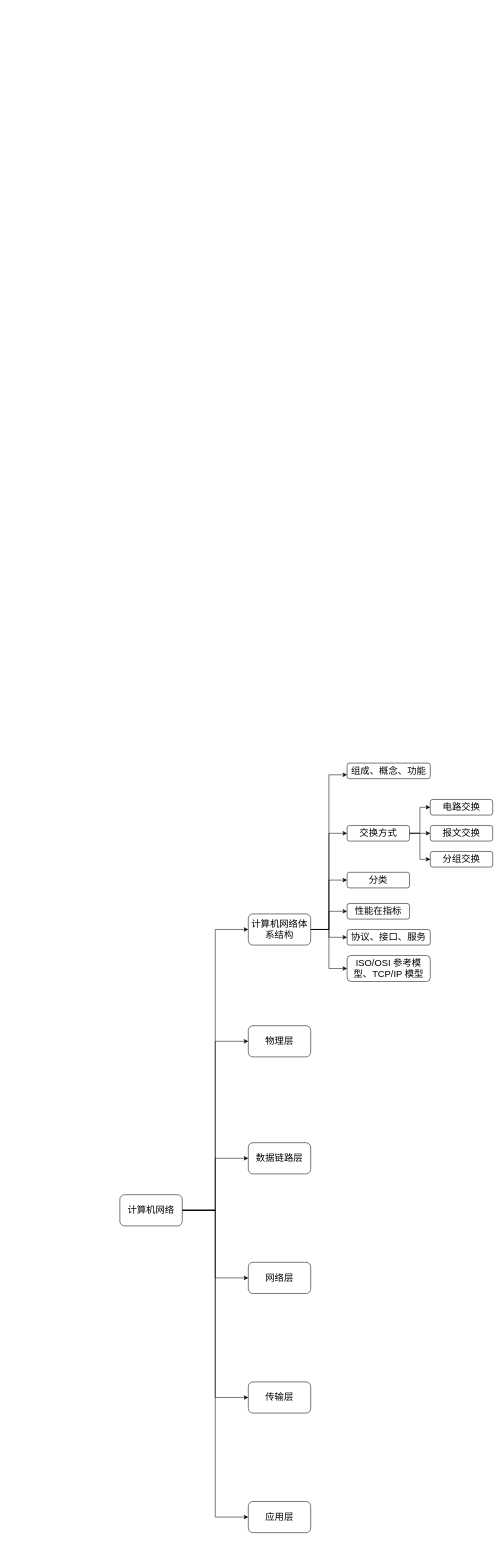
Before: 未命名绘图.drawio in Rookie-end/AndriodLearn, a draw.io diagram. Source tidied: cells renumbered, new cells numbered last; positions are measured from the earlier drawing's top-left corner, leaving out a move shared by most shapes. Both pictures are drawn from the tidied source at 52%, with x=0, y=0 at pixel (120, 763).
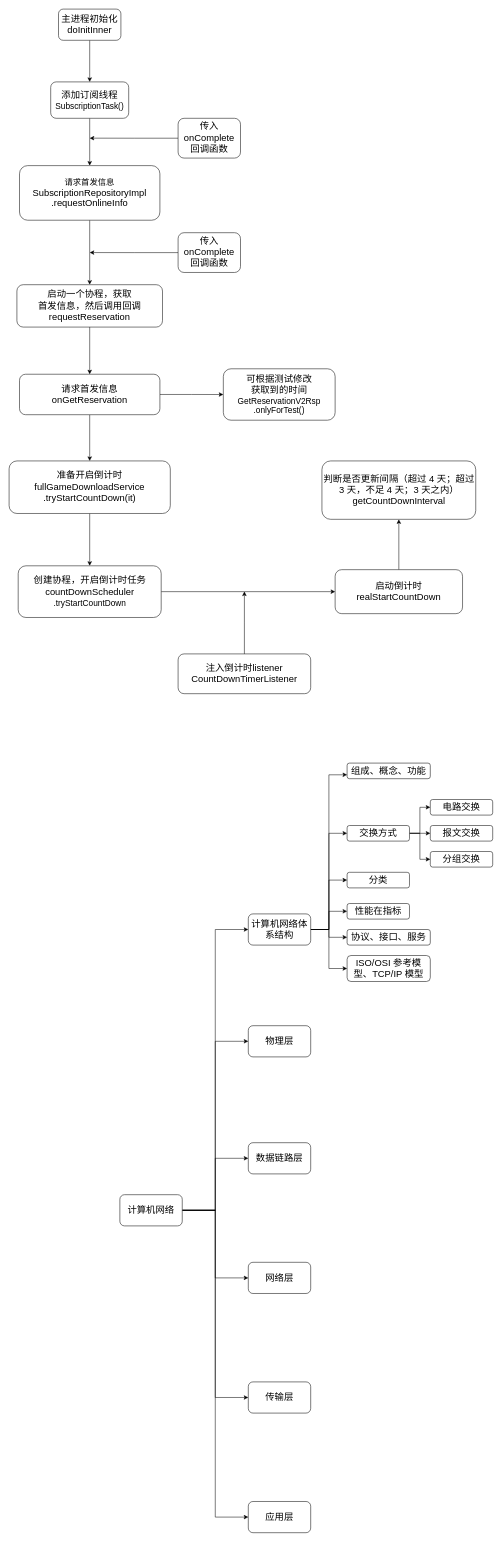
After the change.

Commit message:
更新 微端首发倒计时的梳理

The edit, as a diff of the source:
```diff
@@
+    <mxCell id="33" style="edgeStyle=orthogonalEdgeStyle;rounded=0;jettySize=auto;html=1;" parent="1" edge="1" source="34" target="36">
+      <mxGeometry relative="1" as="geometry" />
+    </mxCell>
+    <mxCell id="34" value="&lt;div&gt;&lt;span style=&quot;font-size: 18px;&quot;&gt;主进程初始化&lt;/span&gt;&lt;/div&gt;&lt;font style=&quot;font-size: 18px;&quot;&gt;doInitInner&lt;/font&gt;" style="rounded=1;whiteSpace=wrap;html=1;" parent="1" vertex="1">
+      <mxGeometry x="-118" y="-1450" width="120" height="60" as="geometry" />
+    </mxCell>
+    <mxCell id="35" style="edgeStyle=orthogonalEdgeStyle;rounded=0;jettySize=auto;html=1;" parent="1" edge="1" source="36" target="38">
+      <mxGeometry relative="1" as="geometry" />
+    </mxCell>
+    <mxCell id="36" value="&lt;div&gt;&lt;font style=&quot;font-size: 18px;&quot;&gt;添加订阅线程&lt;/font&gt;&lt;/div&gt;&lt;font size=&quot;3&quot;&gt;SubscriptionTask()&lt;/font&gt;" style="whiteSpace=wrap;html=1;rounded=1;" parent="1" vertex="1">
+      <mxGeometry x="-133" y="-1310" width="150" height="70" as="geometry" />
+    </mxCell>
+    <mxCell id="37" style="edgeStyle=orthogonalEdgeStyle;rounded=0;jettySize=auto;html=1;" parent="1" edge="1" source="38" target="42">
+      <mxGeometry relative="1" as="geometry" />
+    </mxCell>
+    <mxCell id="38" value="&lt;div&gt;&lt;font size=&quot;3&quot;&gt;请求首发信息&lt;/font&gt;&lt;/div&gt;&lt;font style=&quot;font-size: 18px;&quot;&gt;SubscriptionRepositoryImpl&lt;/font&gt;&lt;div&gt;&lt;font style=&quot;font-size: 18px;&quot;&gt;.requestOnlineInfo&lt;/font&gt;&lt;/div&gt;" style="whiteSpace=wrap;html=1;rounded=1;" parent="1" vertex="1">
+      <mxGeometry x="-193" y="-1149" width="270" height="105" as="geometry" />
+    </mxCell>
+    <mxCell id="39" style="edgeStyle=orthogonalEdgeStyle;rounded=0;jettySize=auto;html=1;" parent="1" edge="1" source="40">
+      <mxGeometry relative="1" as="geometry">
+        <mxPoint x="-58" y="-1201.8" as="targetPoint" />
+      </mxGeometry>
+    </mxCell>
+    <mxCell id="40" value="&lt;font style=&quot;font-size: 18px;&quot;&gt;传入 onComplete 回调函数&lt;/font&gt;" style="whiteSpace=wrap;html=1;rounded=1;" parent="1" vertex="1">
+      <mxGeometry x="112" y="-1240" width="120" height="76.5" as="geometry" />
+    </mxCell>
+    <mxCell id="41" style="edgeStyle=orthogonalEdgeStyle;rounded=0;jettySize=auto;html=1;" parent="1" edge="1" source="42" target="47">
+      <mxGeometry relative="1" as="geometry" />
+    </mxCell>
+    <mxCell id="42" value="&lt;div&gt;&lt;font style=&quot;font-size: 18px;&quot;&gt;启动一个协程，获取&lt;/font&gt;&lt;/div&gt;&lt;div&gt;&lt;span style=&quot;font-size: 18px;&quot;&gt;首发信息，然后调用回调&lt;/span&gt;&lt;/div&gt;&lt;font style=&quot;font-size: 18px;&quot;&gt;requestReservation&lt;/font&gt;" style="whiteSpace=wrap;html=1;rounded=1;" parent="1" vertex="1">
+      <mxGeometry x="-198" y="-920" width="280" height="81.5" as="geometry" />
+    </mxCell>
+    <mxCell id="43" style="edgeStyle=orthogonalEdgeStyle;rounded=0;jettySize=auto;html=1;" parent="1" edge="1" source="44">
+      <mxGeometry relative="1" as="geometry">
+        <mxPoint x="-58" y="-981.8" as="targetPoint" />
+      </mxGeometry>
+    </mxCell>
+    <mxCell id="44" value="&lt;font style=&quot;font-size: 18px;&quot;&gt;传入 onComplete 回调函数&lt;/font&gt;" style="whiteSpace=wrap;html=1;rounded=1;" parent="1" vertex="1">
+      <mxGeometry x="112" y="-1020" width="120" height="76.5" as="geometry" />
+    </mxCell>
+    <mxCell id="45" style="edgeStyle=orthogonalEdgeStyle;rounded=0;jettySize=auto;html=1;" parent="1" edge="1" source="47" target="49">
+      <mxGeometry relative="1" as="geometry" />
+    </mxCell>
+    <mxCell id="46" style="edgeStyle=orthogonalEdgeStyle;rounded=0;jettySize=auto;html=1;" parent="1" edge="1" source="47" target="57">
+      <mxGeometry relative="1" as="geometry" />
+    </mxCell>
+    <mxCell id="47" value="&lt;div&gt;&lt;font style=&quot;font-size: 18px;&quot;&gt;请求首发信息&lt;/font&gt;&lt;/div&gt;&lt;font style=&quot;font-size: 18px;&quot;&gt;onGetReservation&lt;/font&gt;" style="whiteSpace=wrap;html=1;rounded=1;" parent="1" vertex="1">
+      <mxGeometry x="-193" y="-747.8" width="270" height="77.8" as="geometry" />
+    </mxCell>
+    <mxCell id="48" style="edgeStyle=orthogonalEdgeStyle;rounded=0;jettySize=auto;html=1;" parent="1" edge="1" source="49" target="51">
+      <mxGeometry relative="1" as="geometry" />
+    </mxCell>
+    <mxCell id="49" value="&lt;div&gt;&lt;font style=&quot;font-size: 18px;&quot;&gt;准备开启倒计时&lt;/font&gt;&lt;/div&gt;&lt;font style=&quot;font-size: 18px;&quot;&gt;fullGameDownloadService&lt;/font&gt;&lt;div&gt;&lt;font style=&quot;font-size: 18px;&quot;&gt;.tryStartCountDown(it)&lt;/font&gt;&lt;/div&gt;" style="whiteSpace=wrap;html=1;rounded=1;" parent="1" vertex="1">
+      <mxGeometry x="-213" y="-581.1" width="310" height="101.1" as="geometry" />
+    </mxCell>
+    <mxCell id="50" style="edgeStyle=orthogonalEdgeStyle;rounded=0;jettySize=auto;html=1;" parent="1" edge="1" source="51" target="53">
+      <mxGeometry relative="1" as="geometry" />
+    </mxCell>
+    <mxCell id="51" value="&lt;div&gt;&lt;span style=&quot;font-size: 18px;&quot;&gt;创建协程，开启倒计时任务&lt;/span&gt;&lt;/div&gt;&lt;font style=&quot;font-size: 18px;&quot;&gt;countDownScheduler&lt;/font&gt;&lt;div&gt;&lt;font size=&quot;3&quot;&gt;.tryStartCountDown&lt;/font&gt;&lt;/div&gt;" style="whiteSpace=wrap;html=1;rounded=1;" parent="1" vertex="1">
+      <mxGeometry x="-195.5" y="-379.4" width="275" height="99.4" as="geometry" />
+    </mxCell>
+    <mxCell id="52" style="edgeStyle=orthogonalEdgeStyle;rounded=0;jettySize=auto;html=1;" parent="1" edge="1" source="53" target="56">
+      <mxGeometry relative="1" as="geometry" />
+    </mxCell>
+    <mxCell id="53" value="&lt;font style=&quot;font-size: 18px;&quot;&gt;启动倒计时&lt;/font&gt;&lt;div&gt;&lt;font style=&quot;&quot;&gt;&lt;span style=&quot;font-size: 18px;&quot;&gt;realStartCountDown&lt;/span&gt;&lt;br&gt;&lt;/font&gt;&lt;/div&gt;" style="whiteSpace=wrap;html=1;rounded=1;" parent="1" vertex="1">
+      <mxGeometry x="414" y="-372" width="245" height="84.6" as="geometry" />
+    </mxCell>
+    <mxCell id="54" style="edgeStyle=orthogonalEdgeStyle;rounded=0;jettySize=auto;html=1;" parent="1" edge="1" source="55">
+      <mxGeometry relative="1" as="geometry">
+        <mxPoint x="239.5" y="-330" as="targetPoint" />
+      </mxGeometry>
+    </mxCell>
+    <mxCell id="55" value="&lt;font style=&quot;font-size: 18px;&quot;&gt;注入倒计时listener&lt;/font&gt;&lt;div&gt;&lt;font style=&quot;&quot;&gt;&lt;span style=&quot;font-size: 18px;&quot;&gt;CountDownTimerListener&lt;/span&gt;&lt;br&gt;&lt;/font&gt;&lt;/div&gt;" style="whiteSpace=wrap;html=1;rounded=1;" parent="1" vertex="1">
+      <mxGeometry x="112" y="-210" width="255" height="76.5" as="geometry" />
+    </mxCell>
+    <mxCell id="56" value="&lt;div&gt;&lt;span style=&quot;font-size: 18px;&quot;&gt;判断是否更新间隔（超过 4 天；超过 3 天，不足 4 天；3 天之内）&lt;/span&gt;&lt;/div&gt;&lt;font style=&quot;font-size: 18px;&quot;&gt;getCountDownInterval&lt;/font&gt;" style="whiteSpace=wrap;html=1;rounded=1;" parent="1" vertex="1">
+      <mxGeometry x="388.6" y="-581.1" width="295.8" height="112.3" as="geometry" />
+    </mxCell>
+    <mxCell id="57" value="&lt;div&gt;&lt;font style=&quot;font-size: 18px;&quot;&gt;可根据测试修改&lt;/font&gt;&lt;/div&gt;&lt;div&gt;&lt;font style=&quot;font-size: 18px;&quot;&gt;获取到的时间&lt;/font&gt;&lt;/div&gt;&lt;font size=&quot;3&quot;&gt;GetReservationV2Rsp&lt;/font&gt;&lt;div&gt;&lt;font size=&quot;3&quot;&gt;.onlyForTest()&lt;/font&gt;&lt;/div&gt;" style="whiteSpace=wrap;html=1;rounded=1;" parent="1" vertex="1">
+      <mxGeometry x="199" y="-758.3" width="215" height="98.9" as="geometry" />
+    </mxCell>
```
